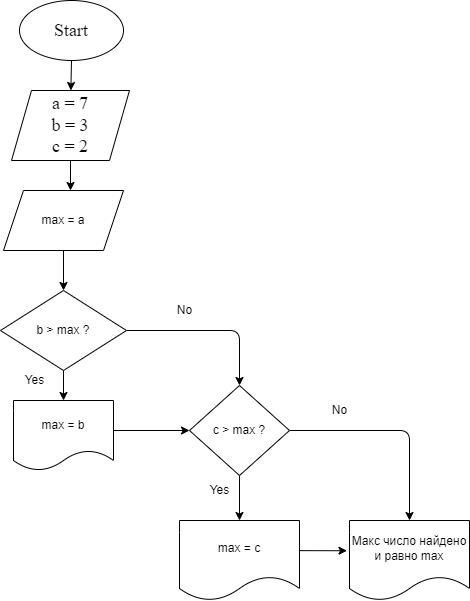
Above: Ex002/ex002.drawio.png in Fearenok/Homework (draw.io), before the change. Source tidied: cells renumbered, new cells last; positions are measured from the earlier drawing's top-left corner, leaving out a move shared by most shapes.
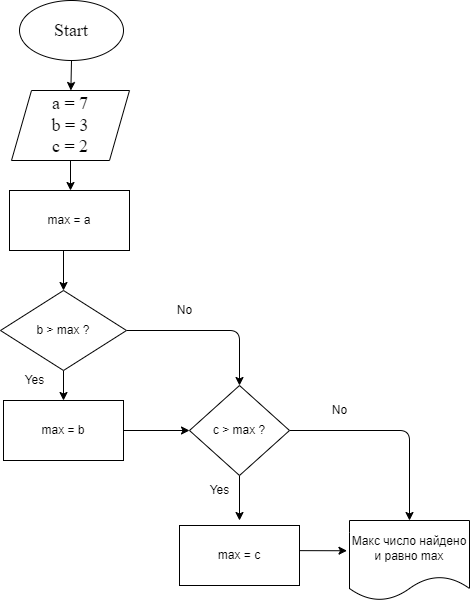
The same diagram one commit later.

The edit, as a diff of the source:
```diff
@@ -16,12 +16,11 @@
     <mxCell id="5" value="a = 7&lt;br&gt;b = 3&lt;br&gt;c = 2" style="shape=parallelogram;perimeter=parallelogramPerimeter;whiteSpace=wrap;html=1;fixedSize=1;fontSize=18;fontFamily=Times New Roman;" parent="1" vertex="1">
       <mxGeometry x="11" y="90" width="118" height="70" as="geometry" />
     </mxCell>
-    <mxCell id="6" style="edgeStyle=none;html=1;" parent="1" edge="1" source="7" target="10">
-      <mxGeometry relative="1" as="geometry" />
+    <mxCell id="6" style="edgeStyle=none;html=1;" parent="1" edge="1" target="10">
+      <mxGeometry relative="1" as="geometry">
+        <mxPoint x="63" y="250" as="sourcePoint" />
+      </mxGeometry>
     </mxCell>
-    <mxCell id="7" value="max = a" style="shape=parallelogram;perimeter=parallelogramPerimeter;whiteSpace=wrap;html=1;fixedSize=1;" parent="1" vertex="1">
-      <mxGeometry x="3" y="190" width="120" height="60" as="geometry" />
-    </mxCell>
     <mxCell id="8" style="edgeStyle=none;html=1;" parent="1" edge="1" source="10">
       <mxGeometry relative="1" as="geometry">
         <mxPoint x="63" y="400" as="targetPoint" />
@@ -77,11 +76,14 @@
     <mxCell id="20" value="Yes" style="text;html=1;align=center;verticalAlign=middle;strokeColor=none;fillColor=none;" parent="1" vertex="1">
       <mxGeometry x="204" y="480" width="30" height="20" as="geometry" />
     </mxCell>
+    <mxCell id="7" value="max = a" style="whiteSpace=wrap;html=1;" parent="1" vertex="1">
+      <mxGeometry x="9" y="190" width="120" height="60" as="geometry" />
+    </mxCell>
-    <mxCell id="21" value="max = b" style="shape=document;whiteSpace=wrap;html=1;boundedLbl=1;size=0.2857142857142857;" parent="1" vertex="1">
-      <mxGeometry x="13" y="400" width="100" height="70" as="geometry" />
+    <mxCell id="21" value="max = b" style="whiteSpace=wrap;html=1;" parent="1" vertex="1">
+      <mxGeometry x="3" y="400" width="120" height="60" as="geometry" />
     </mxCell>
-    <mxCell id="22" value="max = c" style="shape=document;whiteSpace=wrap;html=1;boundedLbl=1;" parent="1" vertex="1">
-      <mxGeometry x="179" y="520" width="120" height="80" as="geometry" />
+    <mxCell id="22" value="max = c" style="whiteSpace=wrap;html=1;" parent="1" vertex="1">
+      <mxGeometry x="179" y="525" width="120" height="60" as="geometry" />
     </mxCell>
   </root>
 </mxGraphModel>
```
